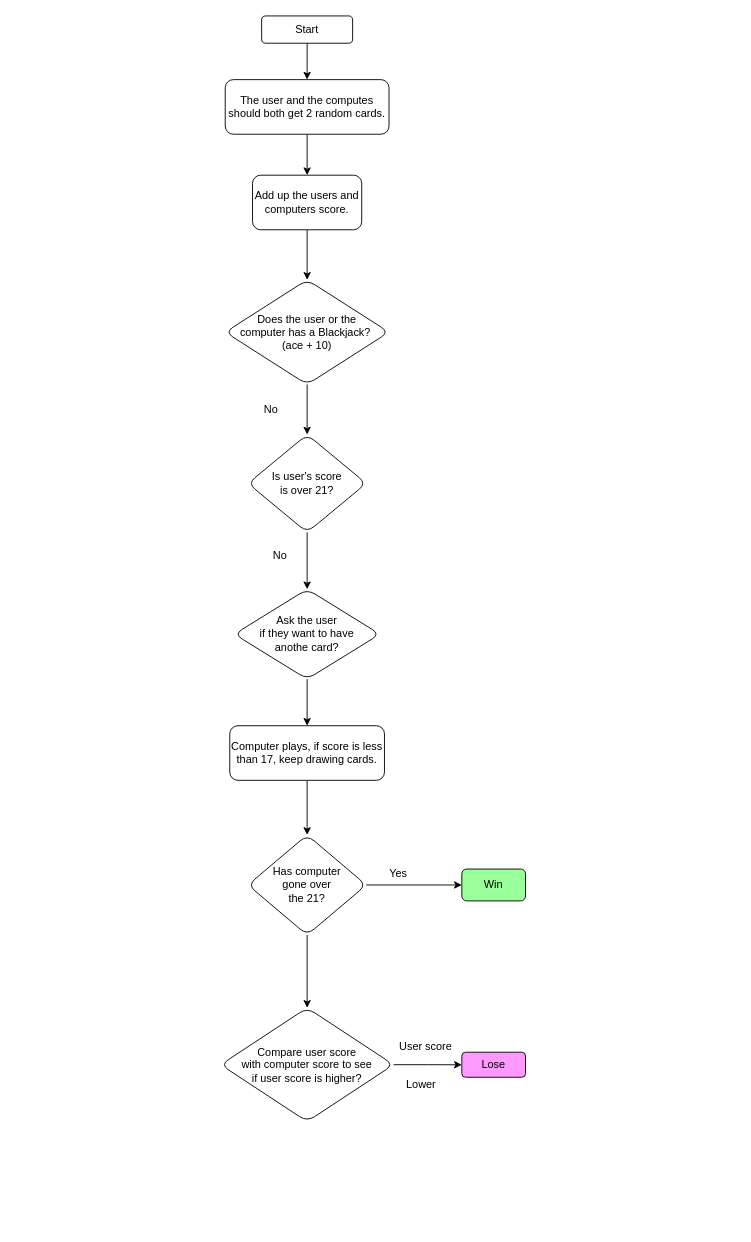
Before: day_11_clackjack/Blackjack Diagram.drawio in notjustdevops/100_days_python_njd, a draw.io diagram. Source tidied: cells renumbered, new cells numbered last; positions are measured from the earlier drawing's top-left corner, leaving out a move shared by most shapes. Both pictures are drawn from the tidied source at 91%, with x=0, y=0 at pixel (220, 15).
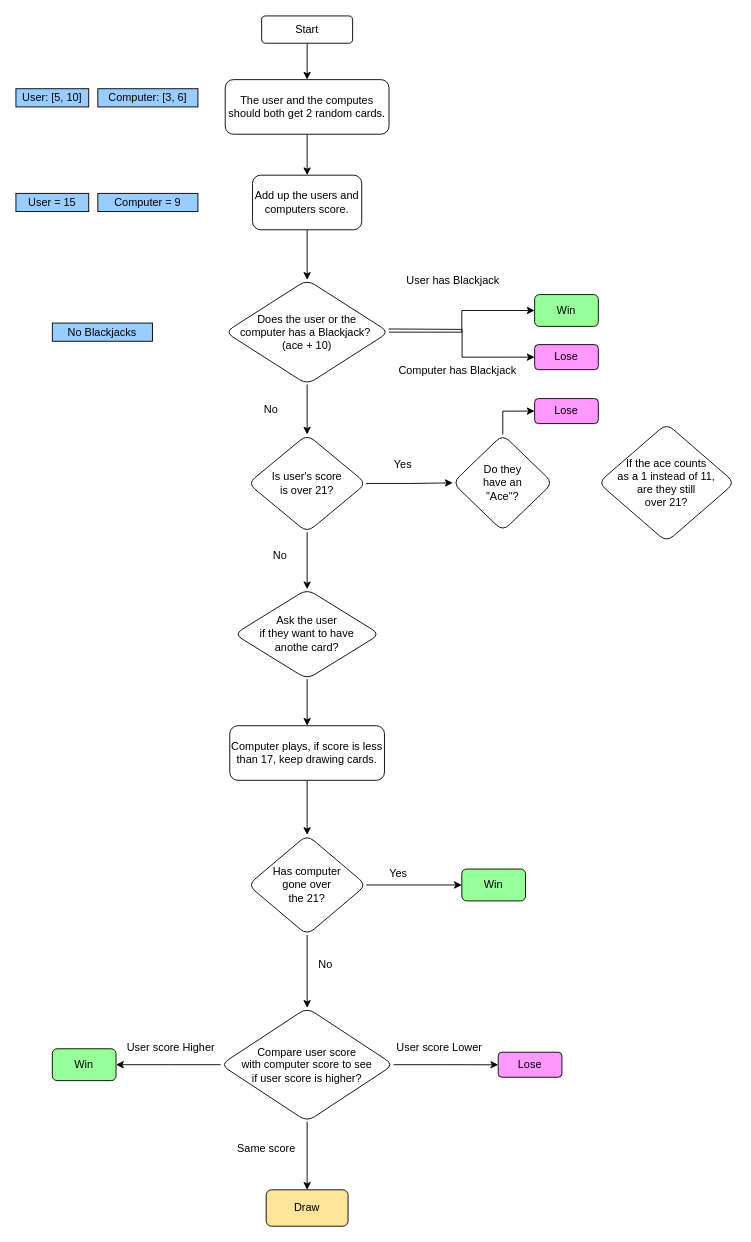
After the change.

Unchanged cells that the change refers to:
```xml
<mxCell id="9" value="Does the user or the&lt;br&gt;computer has a Blackjack?&amp;nbsp;&lt;br&gt;(ace + 10)" style="rhombus;whiteSpace=wrap;html=1;rounded=1;" parent="1" vertex="1">
  <mxGeometry x="5" y="290" width="180" height="115" as="geometry" />
</mxCell>
<mxCell id="11" value="Is user's score&lt;br&gt;is over 21?" style="rhombus;whiteSpace=wrap;html=1;rounded=1;" parent="1" vertex="1">
  <mxGeometry x="30" y="460" width="130" height="107.5" as="geometry" />
</mxCell>
<mxCell id="24" value="Compare user score &lt;br&gt;with computer score to see &lt;br&gt;if user score is higher?" style="rhombus;whiteSpace=wrap;html=1;rounded=1;" parent="1" vertex="1">
  <mxGeometry y="1090" width="190" height="125" as="geometry" />
</mxCell>
```

The edit, as a diff of the source:
```diff
@@
+    <mxCell id="28" style="edgeStyle=orthogonalEdgeStyle;rounded=0;jettySize=auto;html=1;entryX=0;entryY=0.5;entryDx=0;entryDy=0;" parent="1" edge="1" source="9" target="42">
+      <mxGeometry relative="1" as="geometry" />
+    </mxCell>
@@
+    <mxCell id="29" style="edgeStyle=orthogonalEdgeStyle;rounded=0;jettySize=auto;html=1;" parent="1" edge="1" source="11" target="48">
+      <mxGeometry relative="1" as="geometry" />
+    </mxCell>
@@
+    <mxCell id="30" style="edgeStyle=orthogonalEdgeStyle;rounded=0;jettySize=auto;html=1;" parent="1" edge="1" source="24" target="32">
+      <mxGeometry relative="1" as="geometry" />
+    </mxCell>
+    <mxCell id="31" style="edgeStyle=orthogonalEdgeStyle;rounded=0;jettySize=auto;html=1;" parent="1" edge="1" source="24">
+      <mxGeometry relative="1" as="geometry">
+        <mxPoint x="-115" y="1152.5" as="targetPoint" />
+      </mxGeometry>
+    </mxCell>
@@
     <mxCell id="25" value="Lose" style="whiteSpace=wrap;html=1;rounded=1;fillColor=#FF99FF;" parent="1" vertex="1">
-      <mxGeometry x="265" y="1138.8" width="70" height="27.5" as="geometry" />
+      <mxGeometry x="305" y="1138.8" width="70" height="27.5" as="geometry" />
     </mxCell>
-    <mxCell id="26" value="User score" style="text;html=1;align=center;verticalAlign=middle;strokeColor=none;fillColor=none;" parent="1" vertex="1">
-      <mxGeometry x="185" y="1118" width="80" height="30" as="geometry" />
+    <mxCell id="26" value="User score Lower" style="text;html=1;align=center;verticalAlign=middle;strokeColor=none;fillColor=none;" parent="1" vertex="1">
+      <mxGeometry x="180" y="1119" width="120" height="30" as="geometry" />
     </mxCell>
-    <mxCell id="27" value="Lower" style="text;html=1;align=center;verticalAlign=middle;strokeColor=none;fillColor=none;" parent="1" vertex="1">
-      <mxGeometry x="190" y="1160" width="60" height="30" as="geometry" />
-    </mxCell>
+    <mxCell id="32" value="Draw" style="whiteSpace=wrap;html=1;rounded=1;fillColor=#FFE599;" parent="1" vertex="1">
+      <mxGeometry x="50" y="1290" width="90" height="40" as="geometry" />
+    </mxCell>
+    <mxCell id="33" value="Same score" style="text;html=1;align=center;verticalAlign=middle;strokeColor=none;fillColor=none;" parent="1" vertex="1">
+      <mxGeometry x="5" y="1230" width="90" height="30" as="geometry" />
+    </mxCell>
+    <mxCell id="34" value="Win" style="whiteSpace=wrap;html=1;rounded=1;fillColor=#99FF99;" parent="1" vertex="1">
+      <mxGeometry x="-185" y="1135" width="70" height="35" as="geometry" />
+    </mxCell>
+    <mxCell id="35" value="User score Higher" style="text;html=1;align=center;verticalAlign=middle;strokeColor=none;fillColor=none;" parent="1" vertex="1">
+      <mxGeometry x="-115" y="1119" width="120" height="30" as="geometry" />
+    </mxCell>
+    <mxCell id="36" value="No" style="text;html=1;align=center;verticalAlign=middle;strokeColor=none;fillColor=none;" parent="1" vertex="1">
+      <mxGeometry x="95" y="1028" width="40" height="30" as="geometry" />
+    </mxCell>
+    <mxCell id="37" value="User: [5, 10]" style="rounded=0;whiteSpace=wrap;html=1;fillColor=#99CCFF;" parent="1" vertex="1">
+      <mxGeometry x="-225" y="80" width="80" height="20" as="geometry" />
+    </mxCell>
+    <mxCell id="38" value="Computer: [3, 6]" style="rounded=0;whiteSpace=wrap;html=1;fillColor=#99CCFF;" parent="1" vertex="1">
+      <mxGeometry x="-135" y="80" width="110" height="20" as="geometry" />
+    </mxCell>
+    <mxCell id="39" value="User = 15" style="rounded=0;whiteSpace=wrap;html=1;fillColor=#99CCFF;" parent="1" vertex="1">
+      <mxGeometry x="-225" y="195" width="80" height="20" as="geometry" />
+    </mxCell>
+    <mxCell id="40" value="Computer = 9" style="rounded=0;whiteSpace=wrap;html=1;fillColor=#99CCFF;" parent="1" vertex="1">
+      <mxGeometry x="-135" y="195" width="110" height="20" as="geometry" />
+    </mxCell>
+    <mxCell id="41" value="No Blackjacks" style="rounded=0;whiteSpace=wrap;html=1;fillColor=#99CCFF;" parent="1" vertex="1">
+      <mxGeometry x="-185" y="337.5" width="110" height="20" as="geometry" />
+    </mxCell>
+    <mxCell id="42" value="Win" style="whiteSpace=wrap;html=1;rounded=1;fillColor=#99FF99;" parent="1" vertex="1">
+      <mxGeometry x="345" y="306.2" width="70" height="35" as="geometry" />
+    </mxCell>
+    <mxCell id="43" value="Lose" style="whiteSpace=wrap;html=1;rounded=1;fillColor=#FF99FF;" parent="1" vertex="1">
+      <mxGeometry x="345" y="361.2" width="70" height="27.5" as="geometry" />
+    </mxCell>
+    <mxCell id="44" style="edgeStyle=orthogonalEdgeStyle;rounded=0;jettySize=auto;html=1;entryX=0;entryY=0.5;entryDx=0;entryDy=0;" parent="1" edge="1" target="43">
+      <mxGeometry relative="1" as="geometry">
+        <mxPoint x="184.5" y="344" as="sourcePoint" />
+      </mxGeometry>
+    </mxCell>
+    <mxCell id="45" value="Computer has Blackjack" style="text;html=1;align=center;verticalAlign=middle;strokeColor=none;fillColor=none;" parent="1" vertex="1">
+      <mxGeometry x="185" y="375" width="150" height="30" as="geometry" />
+    </mxCell>
+    <mxCell id="46" value="User has Blackjack" style="text;html=1;align=center;verticalAlign=middle;strokeColor=none;fillColor=none;" parent="1" vertex="1">
+      <mxGeometry x="190" y="276.2" width="130" height="30" as="geometry" />
+    </mxCell>
+    <mxCell id="47" style="edgeStyle=orthogonalEdgeStyle;rounded=0;jettySize=auto;html=1;entryX=0;entryY=0.5;entryDx=0;entryDy=0;" parent="1" edge="1" source="48" target="51">
+      <mxGeometry relative="1" as="geometry" />
+    </mxCell>
+    <mxCell id="48" value="Do they &lt;br&gt;have an &lt;br&gt;&quot;Ace&quot;?" style="rhombus;whiteSpace=wrap;html=1;rounded=1;" parent="1" vertex="1">
+      <mxGeometry x="255" y="460" width="110" height="106.2" as="geometry" />
+    </mxCell>
+    <mxCell id="49" value="Yes" style="text;html=1;align=center;verticalAlign=middle;strokeColor=none;fillColor=none;" parent="1" vertex="1">
+      <mxGeometry x="180" y="478" width="40" height="30" as="geometry" />
+    </mxCell>
+    <mxCell id="50" value="If the ace counts&lt;br&gt;as a 1 instead of 11,&lt;br&gt;are they still&lt;br&gt;over 21?" style="rhombus;whiteSpace=wrap;html=1;rounded=1;" parent="1" vertex="1">
+      <mxGeometry x="415" y="448" width="150" height="130" as="geometry" />
+    </mxCell>
+    <mxCell id="51" value="Lose" style="whiteSpace=wrap;html=1;rounded=1;fillColor=#FF99FF;" parent="1" vertex="1">
+      <mxGeometry x="345" y="420.5" width="70" height="27.5" as="geometry" />
+    </mxCell>
```
